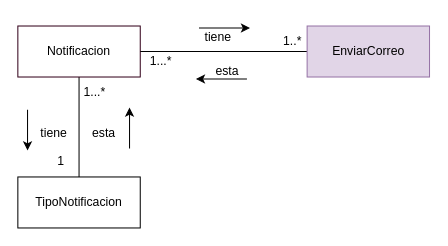
Earlier version of the draw.io diagram page "AnemicModelNotifications" (6 of 17) of CoTasker_BoundedContext.drawio (Migue1409-KP/DOO-working-group). Source tidied: cells renumbered, new cells numbered last; positions are measured from the earlier drawing's top-left corner, leaving out a move shared by most shapes. Both pictures are drawn from the tidied source at 102%, with x=0, y=0 at pixel (17, 21).
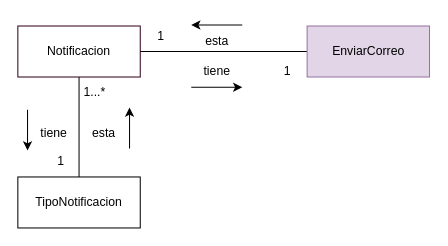
The same page after the edit.

Change to the diagram source:
```diff
@@
     <mxCell id="13" value="tiene&lt;br&gt;" style="text;html=1;align=center;verticalAlign=middle;strokeColor=none;fillColor=none;" parent="1" vertex="1">
-      <mxGeometry x="171" width="50" height="30" as="geometry" />
+      <mxGeometry x="170" y="34" width="50" height="30" as="geometry" />
     </mxCell>
     <mxCell id="14" value="esta&lt;br&gt;" style="text;html=1;align=center;verticalAlign=middle;strokeColor=none;fillColor=none;" parent="1" vertex="1">
-      <mxGeometry x="180" y="34" width="50" height="30" as="geometry" />
+      <mxGeometry x="170" y="4" width="50" height="30" as="geometry" />
     </mxCell>
     <mxCell id="15" style="endArrow=classic;html=1;rounded=0;" parent="1" edge="1">
       <mxGeometry relative="1" as="geometry">
-        <mxPoint x="177.6" y="6" as="sourcePoint" />
-        <mxPoint x="227.6" y="6" as="targetPoint" />
+        <mxPoint x="170" y="64" as="sourcePoint" />
+        <mxPoint x="220" y="64" as="targetPoint" />
       </mxGeometry>
     </mxCell>
     <mxCell id="16" style="endArrow=classic;html=1;rounded=0;" parent="1" edge="1">
       <mxGeometry relative="1" as="geometry">
-        <mxPoint x="224.6" y="56" as="sourcePoint" />
-        <mxPoint x="174.6" y="56" as="targetPoint" />
+        <mxPoint x="220" y="3" as="sourcePoint" />
+        <mxPoint x="170" y="3" as="targetPoint" />
         <Array as="points">
-          <mxPoint x="214.6" y="56" />
+          <mxPoint x="210" y="3" />
         </Array>
       </mxGeometry>
     </mxCell>
-    <mxCell id="17" value="1..*" style="text;html=1;align=center;verticalAlign=middle;strokeColor=none;fillColor=none;" parent="1" vertex="1">
-      <mxGeometry x="248.6" y="4" width="40" height="30" as="geometry" />
+    <mxCell id="17" value="1" style="text;html=1;align=center;verticalAlign=middle;strokeColor=none;fillColor=none;" parent="1" vertex="1">
+      <mxGeometry x="248.6" y="34" width="30" height="30" as="geometry" />
     </mxCell>
-    <mxCell id="18" value="1...*" style="text;html=1;align=center;verticalAlign=middle;strokeColor=none;fillColor=none;" parent="1" vertex="1">
-      <mxGeometry x="120" y="24" width="40" height="30" as="geometry" />
+    <mxCell id="18" value="1" style="text;html=1;align=center;verticalAlign=middle;strokeColor=none;fillColor=none;" parent="1" vertex="1">
+      <mxGeometry x="125" y="-1" width="30" height="30" as="geometry" />
     </mxCell>
```
